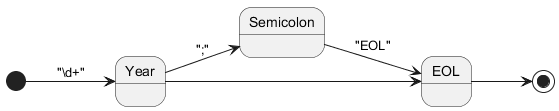
This is Documentation/diagram.png from asison19/food-interpreter, a PlantUML export, as it was before one commit.
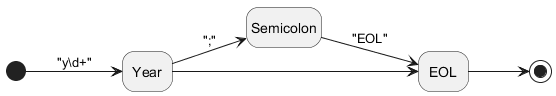
After the change.

Commit message:
doc(diagram): hide empty description

Diff of the diagram source:
```diff
@@ -2,7 +2,7 @@
 
 left to right direction
 
-[*] --> Year : "\d+"
+[*] --> Year : "y\d+"
 
 Year --> Semicolon : ";"
 Year --> EOL
@@ -11,4 +11,5 @@
 
 EOL --> [*]
 
+hide empty description
 @enduml
```
